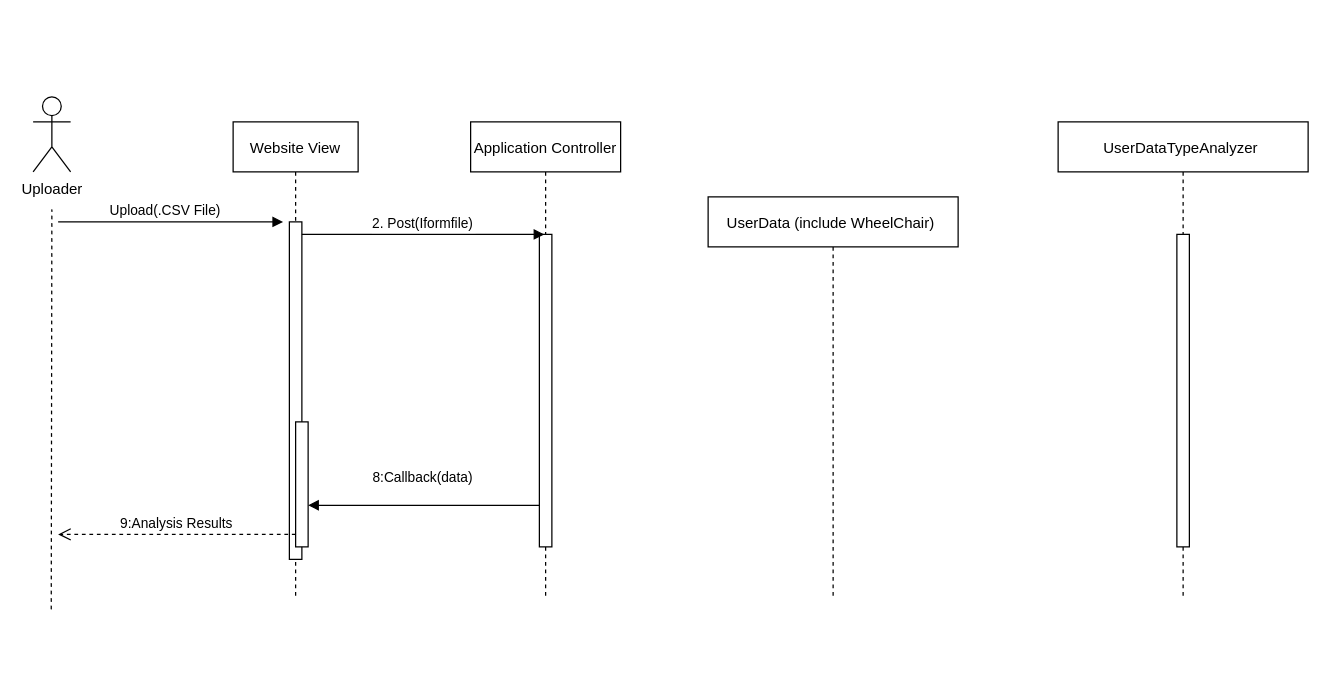
HrangK/Software keeps this draw.io diagram as Untitled Diagram.drawio. Above is the earlier version. Source tidied: cells renumbered, new cells numbered last; positions are measured from the earlier drawing's top-left corner, leaving out a move shared by most shapes. Both pictures are drawn from the tidied source at 125%, with x=0, y=0 at pixel (32, 96).
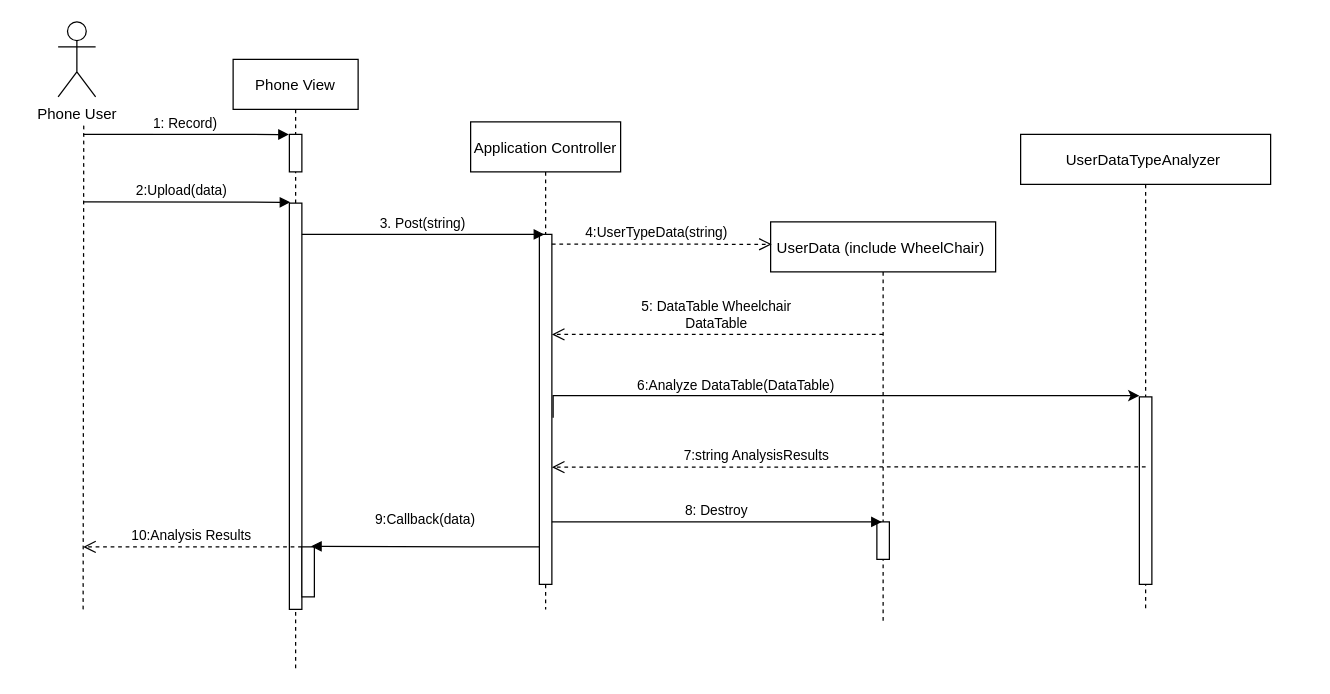
The same page after the edit.

What changed in the source:
```diff
@@
-    <mxCell id="2" value="Website View" style="shape=umlLifeline;perimeter=lifelinePerimeter;rounded=0;shadow=0;strokeWidth=1;" parent="1" vertex="1">
-      <mxGeometry x="160" y="20" width="100" height="380" as="geometry" />
+    <mxCell id="2" value="Phone View" style="shape=umlLifeline;perimeter=lifelinePerimeter;rounded=0;shadow=0;strokeWidth=1;size=40;" parent="1" vertex="1">
+      <mxGeometry x="160" y="-30" width="100" height="490" as="geometry" />
     </mxCell>
     <mxCell id="3" style="points=[];perimeter=orthogonalPerimeter;rounded=0;shadow=0;strokeWidth=1;" parent="2" vertex="1">
-      <mxGeometry x="45" y="80" width="10" height="270" as="geometry" />
+      <mxGeometry x="45" y="115" width="10" height="325" as="geometry" />
     </mxCell>
     <mxCell id="4" style="points=[];perimeter=orthogonalPerimeter;rounded=0;shadow=0;strokeWidth=1;" parent="2" vertex="1">
-      <mxGeometry x="50" y="240" width="10" height="100" as="geometry" />
+      <mxGeometry x="55" y="390" width="10" height="40" as="geometry" />
     </mxCell>
+    <mxCell id="16" style="points=[];perimeter=orthogonalPerimeter;rounded=0;shadow=0;strokeWidth=1;" parent="2" vertex="1">
+      <mxGeometry x="45" y="60" width="10" height="30" as="geometry" />
+    </mxCell>
     <mxCell id="5" value="Application Controller" style="shape=umlLifeline;perimeter=lifelinePerimeter;rounded=0;shadow=0;strokeWidth=1;size=40;" parent="1" vertex="1">
-      <mxGeometry x="350" y="20" width="120" height="380" as="geometry" />
+      <mxGeometry x="350" y="20" width="120" height="390" as="geometry" />
     </mxCell>
     <mxCell id="6" style="points=[];perimeter=orthogonalPerimeter;rounded=0;shadow=0;strokeWidth=1;" parent="5" vertex="1">
-      <mxGeometry x="55" y="90" width="10" height="250" as="geometry" />
+      <mxGeometry x="55" y="90" width="10" height="280" as="geometry" />
     </mxCell>
-    <mxCell id="7" value="2. Post(Iformfile)" style="verticalAlign=bottom;endArrow=block;shadow=0;strokeWidth=1;entryX=0.4;entryY=0;entryDx=0;entryDy=0;entryPerimeter=0;" parent="1" edge="1" source="3" target="6">
+    <mxCell id="7" value="3. Post(string)" style="verticalAlign=bottom;endArrow=block;shadow=0;strokeWidth=1;entryX=0.4;entryY=0;entryDx=0;entryDy=0;entryPerimeter=0;" parent="1" edge="1" source="3" target="6">
       <mxGeometry relative="1" as="geometry">
         <Array as="points">
           <mxPoint x="290" y="110" />
         </Array>
       </mxGeometry>
     </mxCell>
-    <mxCell id="8" value="Uploader&lt;br&gt;" style="shape=umlActor;verticalLabelPosition=bottom;verticalAlign=top;html=1;" parent="1" vertex="1">
-      <mxGeometry width="30" height="60" as="geometry" />
+    <mxCell id="8" value="Phone User&lt;br&gt;" style="shape=umlActor;verticalLabelPosition=bottom;verticalAlign=top;html=1;" parent="1" vertex="1">
+      <mxGeometry x="20" y="-60" width="30" height="60" as="geometry" />
     </mxCell>
     <mxCell id="9" style="endArrow=none;dashed=1;html=1;rounded=0;" parent="1" edge="1">
       <mxGeometry relative="1" as="geometry">
-        <mxPoint x="14.5" y="410" as="sourcePoint" />
-        <mxPoint x="15" y="90" as="targetPoint" />
+        <mxPoint x="40" y="410" as="sourcePoint" />
+        <mxPoint x="40.5" y="20" as="targetPoint" />
       </mxGeometry>
     </mxCell>
-    <mxCell id="10" value="9:Analysis Results" style="verticalAlign=bottom;endArrow=open;dashed=1;endSize=8;shadow=0;strokeWidth=1;" parent="1" edge="1" source="4">
+    <mxCell id="10" value="10:Analysis Results" style="verticalAlign=bottom;endArrow=open;dashed=1;endSize=8;shadow=0;strokeWidth=1;" parent="1" edge="1" source="4">
       <mxGeometry relative="1" as="geometry">
-        <mxPoint x="20" y="350" as="targetPoint" />
+        <mxPoint x="40" y="360" as="targetPoint" />
       </mxGeometry>
     </mxCell>
-    <mxCell id="11" value="Upload(.CSV File)" style="verticalAlign=bottom;endArrow=block;shadow=0;strokeWidth=1;" parent="1" edge="1">
+    <mxCell id="11" value="2:Upload(data)" style="verticalAlign=bottom;endArrow=block;shadow=0;strokeWidth=1;entryX=0.082;entryY=-0.002;entryDx=0;entryDy=0;entryPerimeter=0;" parent="1" edge="1" target="3">
       <mxGeometry x="-0.05" relative="1" as="geometry">
-        <mxPoint x="20" y="100" as="sourcePoint" />
-        <mxPoint x="200" y="100" as="targetPoint" />
+        <mxPoint x="40" y="84" as="sourcePoint" />
       </mxGeometry>
     </mxCell>
-    <mxCell id="12" value="8:Callback(data)&#10;" style="verticalAlign=bottom;endArrow=block;shadow=0;strokeWidth=1;entryX=1;entryY=0.667;entryDx=0;entryDy=0;entryPerimeter=0;" parent="1" edge="1" source="6" target="4">
-      <mxGeometry relative="1" as="geometry" />
+    <mxCell id="12" value="9:Callback(data)&#10;" style="verticalAlign=bottom;endArrow=block;shadow=0;strokeWidth=1;entryX=0.729;entryY=-0.012;entryDx=0;entryDy=0;entryPerimeter=0;" parent="1" edge="1" source="6" target="4">
+      <mxGeometry relative="1" as="geometry">
+        <Array as="points">
+          <mxPoint x="380" y="360" />
+          <mxPoint x="360" y="360" />
+        </Array>
+      </mxGeometry>
     </mxCell>
     <mxCell id="13" value="UserData (include WheelChair) " style="shape=umlLifeline;perimeter=lifelinePerimeter;rounded=0;shadow=0;strokeWidth=1;" parent="1" vertex="1">
-      <mxGeometry x="540" y="80" width="200" height="320" as="geometry" />
+      <mxGeometry x="590" y="100" width="180" height="320" as="geometry" />
     </mxCell>
+    <mxCell id="17" value="5: DataTable Wheelchair&#10;DataTable" style="verticalAlign=bottom;endArrow=open;dashed=1;endSize=8;shadow=0;strokeWidth=1;" parent="13" edge="1" target="6">
+      <mxGeometry relative="1" as="geometry">
+        <mxPoint x="90" y="90" as="sourcePoint" />
+      </mxGeometry>
+    </mxCell>
+    <mxCell id="18" style="points=[];perimeter=orthogonalPerimeter;rounded=0;shadow=0;strokeWidth=1;" parent="13" vertex="1">
+      <mxGeometry x="85" y="240" width="10" height="30" as="geometry" />
+    </mxCell>
     <mxCell id="14" value="UserDataTypeAnalyzer " style="shape=umlLifeline;perimeter=lifelinePerimeter;rounded=0;shadow=0;strokeWidth=1;" parent="1" vertex="1">
-      <mxGeometry x="820" y="20" width="200" height="380" as="geometry" />
+      <mxGeometry x="790" y="30" width="200" height="380" as="geometry" />
     </mxCell>
     <mxCell id="15" style="perimeter=orthogonalPerimeter;rounded=0;shadow=0;strokeWidth=1;" parent="14" vertex="1">
-      <mxGeometry x="95" y="90" width="10" height="250" as="geometry" />
+      <mxGeometry x="95" y="210" width="10" height="150" as="geometry" />
     </mxCell>
+    <mxCell id="19" style="edgeStyle=orthogonalEdgeStyle;rounded=0;jettySize=auto;html=1;exitX=1.1;exitY=0.524;exitDx=0;exitDy=0;exitPerimeter=0;" parent="14" edge="1" source="6">
+      <mxGeometry relative="1" as="geometry">
+        <mxPoint x="95" y="209" as="targetPoint" />
+        <Array as="points">
+          <mxPoint x="-170" y="209" />
+          <mxPoint x="-170" y="209" />
+        </Array>
+      </mxGeometry>
+    </mxCell>
+    <mxCell id="20" value="6:Analyze DataTable(DataTable)" style="edgeLabel;html=1;align=center;verticalAlign=middle;" parent="19" vertex="1">
+      <mxGeometry x="-0.02" y="-2" relative="1" as="geometry">
+        <mxPoint x="-75" y="-11" as="offset" />
+      </mxGeometry>
+    </mxCell>
+    <mxCell id="21" value="4:UserTypeData(string)" style="verticalAlign=bottom;endArrow=open;dashed=1;endSize=8;shadow=0;strokeWidth=1;exitX=1;exitY=0.028;exitDx=0;exitDy=0;exitPerimeter=0;entryX=0.005;entryY=0.056;entryDx=0;entryDy=0;entryPerimeter=0;" parent="1" edge="1" source="6" target="13">
+      <mxGeometry x="-0.05" relative="1" as="geometry" />
+    </mxCell>
+    <mxCell id="22" value="8: Destroy" style="verticalAlign=bottom;endArrow=block;shadow=0;strokeWidth=1;entryX=0.4;entryY=0;entryDx=0;entryDy=0;entryPerimeter=0;" parent="1" edge="1" source="6" target="18">
+      <mxGeometry relative="1" as="geometry" />
+    </mxCell>
+    <mxCell id="23" value="7:string AnalysisResults" style="verticalAlign=bottom;endArrow=open;dashed=1;endSize=8;shadow=0;strokeWidth=1;entryX=1;entryY=0.665;entryDx=0;entryDy=0;entryPerimeter=0;" parent="1" edge="1" target="6">
+      <mxGeometry x="0.31" relative="1" as="geometry">
+        <mxPoint x="890" y="296" as="sourcePoint" />
+        <Array as="points">
+          <mxPoint x="870" y="296" />
+        </Array>
+      </mxGeometry>
+    </mxCell>
+    <mxCell id="24" value="1: Record)" style="verticalAlign=bottom;endArrow=block;shadow=0;strokeWidth=1;entryX=-0.035;entryY=0.004;entryDx=0;entryDy=0;entryPerimeter=0;" parent="1" edge="1" target="16">
+      <mxGeometry relative="1" as="geometry">
+        <mxPoint x="40" y="30" as="sourcePoint" />
+      </mxGeometry>
+    </mxCell>
```
